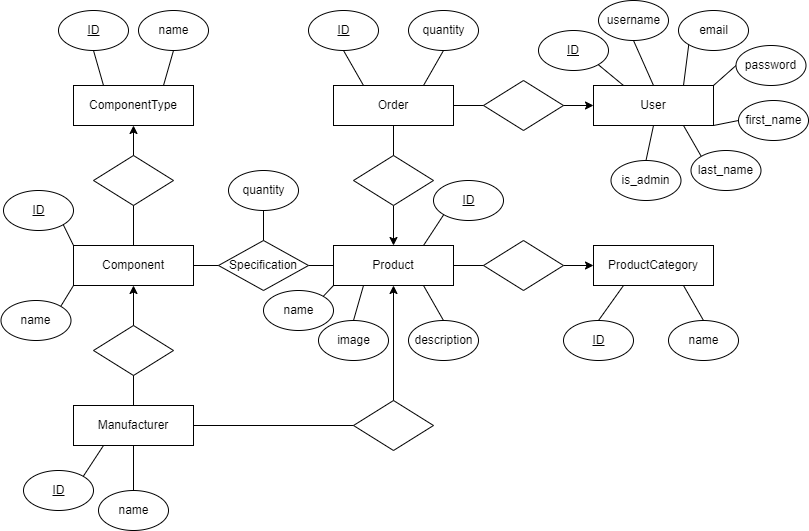
This is docs/game_store_ERD.png from Balsa-Dogandzic/Gaming_store_API, a draw.io export, as it was before one commit. Source tidied: cells renumbered, new cells last; positions are measured from the earlier drawing's top-left corner, leaving out a move shared by most shapes.
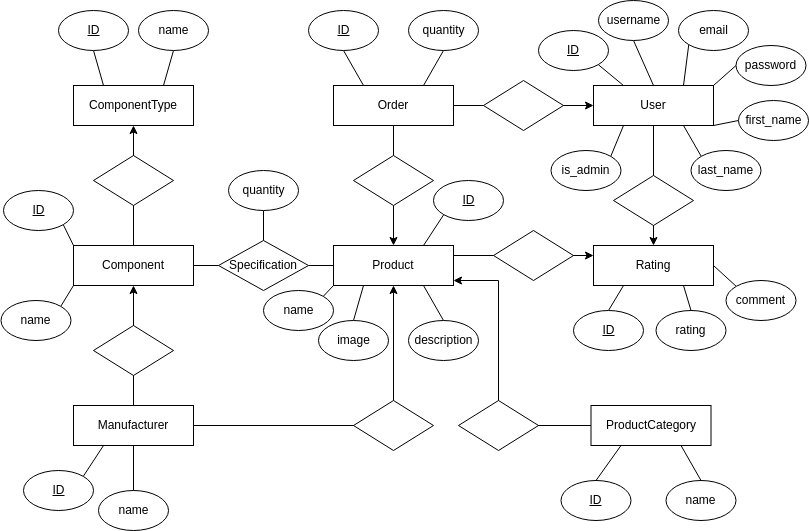
After the commit.

Change to the diagram source:
```diff
@@ -2,9 +2,9 @@
   <root>
     <mxCell id="0" />
     <mxCell id="1" parent="0" />
-    <mxCell id="2" style="edgeStyle=orthogonalEdgeStyle;rounded=0;jettySize=auto;html=1;exitX=1;exitY=0.5;exitDx=0;exitDy=0;entryX=0;entryY=0.5;entryDx=0;entryDy=0;startArrow=none;startFill=0;endArrow=classic;endFill=1;" parent="1" edge="1" source="29" target="12">
-      <mxGeometry relative="1" as="geometry" />
-    </mxCell>
+    <mxCell id="100" style="edgeStyle=orthogonalEdgeStyle;rounded=0;jettySize=auto;html=1;exitX=1;exitY=0.25;exitDx=0;exitDy=0;entryX=0;entryY=0.25;entryDx=0;entryDy=0;startArrow=none;startFill=0;" parent="1" edge="1" source="3" target="104">
+      <mxGeometry relative="1" as="geometry" />
+    </mxCell>
     <mxCell id="3" style="rounded=0;whiteSpace=wrap;html=1;" parent="1" vertex="1">
       <mxGeometry x="333" y="245" width="120" height="40" as="geometry" />
     </mxCell>
@@ -26,17 +26,20 @@
     <mxCell id="9" value="Component" style="text;html=1;strokeColor=none;fillColor=none;align=center;verticalAlign=middle;whiteSpace=wrap;rounded=0;" parent="1" vertex="1">
       <mxGeometry x="103" y="250" width="60" height="30" as="geometry" />
     </mxCell>
+    <mxCell id="101" style="edgeStyle=orthogonalEdgeStyle;rounded=0;jettySize=auto;html=1;exitX=0.5;exitY=1;exitDx=0;exitDy=0;entryX=0.5;entryY=0;entryDx=0;entryDy=0;startArrow=none;startFill=0;" parent="1" edge="1" source="10" target="104">
+      <mxGeometry relative="1" as="geometry" />
+    </mxCell>
     <mxCell id="10" style="rounded=0;whiteSpace=wrap;html=1;" parent="1" vertex="1">
       <mxGeometry x="593" y="85" width="120" height="40" as="geometry" />
     </mxCell>
     <mxCell id="11" value="User" style="text;html=1;strokeColor=none;fillColor=none;align=center;verticalAlign=middle;whiteSpace=wrap;rounded=0;" parent="1" vertex="1">
-      <mxGeometry x="623" y="90" width="60" height="30" as="geometry" />
+      <mxGeometry x="623" y="95" width="60" height="20" as="geometry" />
     </mxCell>
     <mxCell id="12" style="rounded=0;whiteSpace=wrap;html=1;" parent="1" vertex="1">
-      <mxGeometry x="593" y="245" width="120" height="40" as="geometry" />
+      <mxGeometry x="590.5" y="405" width="120" height="40" as="geometry" />
     </mxCell>
     <mxCell id="13" value="ProductCategory" style="text;html=1;strokeColor=none;fillColor=none;align=center;verticalAlign=middle;whiteSpace=wrap;rounded=0;" parent="1" vertex="1">
-      <mxGeometry x="623" y="250" width="60" height="30" as="geometry" />
+      <mxGeometry x="620.5" y="410" width="60" height="30" as="geometry" />
     </mxCell>
     <mxCell id="14" style="edgeStyle=orthogonalEdgeStyle;rounded=0;jettySize=auto;html=1;exitX=1;exitY=0.5;exitDx=0;exitDy=0;entryX=0;entryY=0.5;entryDx=0;entryDy=0;startArrow=none;startFill=0;endArrow=classic;endFill=1;" parent="1" edge="1" source="16" target="10">
       <mxGeometry relative="1" as="geometry" />
@@ -83,11 +86,14 @@
     <mxCell id="28" style="rhombus;whiteSpace=wrap;html=1;" parent="1" vertex="1">
       <mxGeometry x="93" y="155" width="80" height="50" as="geometry" />
     </mxCell>
-    <mxCell id="29" style="rhombus;whiteSpace=wrap;html=1;" parent="1" vertex="1">
-      <mxGeometry x="483" y="240" width="80" height="50" as="geometry" />
-    </mxCell>
-    <mxCell id="30" style="edgeStyle=orthogonalEdgeStyle;rounded=0;jettySize=auto;html=1;exitX=1;exitY=0.5;exitDx=0;exitDy=0;entryX=0;entryY=0.5;entryDx=0;entryDy=0;startArrow=none;startFill=0;endArrow=none;endFill=1;" parent="1" edge="1" source="3" target="29">
-      <mxGeometry relative="1" as="geometry" />
+    <mxCell id="30" style="edgeStyle=orthogonalEdgeStyle;rounded=0;jettySize=auto;html=1;entryX=0;entryY=0.5;entryDx=0;entryDy=0;startArrow=classic;startFill=1;endArrow=none;endFill=1;" parent="1" edge="1" target="12">
+      <mxGeometry relative="1" as="geometry">
+        <mxPoint x="453" y="280" as="sourcePoint" />
+        <Array as="points">
+          <mxPoint x="498" y="280" />
+          <mxPoint x="498" y="425" />
+        </Array>
+      </mxGeometry>
     </mxCell>
     <mxCell id="31" style="rhombus;whiteSpace=wrap;html=1;" parent="1" vertex="1">
       <mxGeometry x="353" y="155" width="80" height="50" as="geometry" />
@@ -221,19 +227,19 @@
       <mxGeometry relative="1" as="geometry" />
     </mxCell>
     <mxCell id="74" style="ellipse;whiteSpace=wrap;html=1;" parent="1" vertex="1">
-      <mxGeometry x="563" y="320" width="70" height="40" as="geometry" />
+      <mxGeometry x="560.5" y="480" width="70" height="40" as="geometry" />
     </mxCell>
     <mxCell id="75" value="&lt;u&gt;ID&lt;/u&gt;" style="text;html=1;strokeColor=none;fillColor=none;align=center;verticalAlign=middle;whiteSpace=wrap;rounded=0;" parent="1" vertex="1">
-      <mxGeometry x="575.5" y="330" width="45" height="20" as="geometry" />
+      <mxGeometry x="573" y="490" width="45" height="20" as="geometry" />
     </mxCell>
     <mxCell id="76" style="edgeStyle=none;rounded=0;jettySize=auto;html=1;exitX=0.5;exitY=0;exitDx=0;exitDy=0;entryX=0.75;entryY=1;entryDx=0;entryDy=0;startArrow=none;startFill=0;endArrow=none;endFill=0;" parent="1" edge="1" source="77" target="12">
       <mxGeometry relative="1" as="geometry" />
     </mxCell>
     <mxCell id="77" style="ellipse;whiteSpace=wrap;html=1;" parent="1" vertex="1">
-      <mxGeometry x="668" y="320" width="70" height="40" as="geometry" />
+      <mxGeometry x="665.5" y="480" width="70" height="40" as="geometry" />
     </mxCell>
     <mxCell id="78" value="name" style="text;html=1;strokeColor=none;fillColor=none;align=center;verticalAlign=middle;whiteSpace=wrap;rounded=0;" parent="1" vertex="1">
-      <mxGeometry x="680.5" y="330" width="45" height="20" as="geometry" />
+      <mxGeometry x="678" y="490" width="45" height="20" as="geometry" />
     </mxCell>
     <mxCell id="79" style="edgeStyle=none;rounded=0;jettySize=auto;html=1;exitX=1;exitY=1;exitDx=0;exitDy=0;entryX=0.25;entryY=0;entryDx=0;entryDy=0;startArrow=none;startFill=0;endArrow=none;endFill=0;" parent="1" edge="1" source="80" target="10">
       <mxGeometry relative="1" as="geometry" />
@@ -289,14 +295,56 @@
     <mxCell id="96" value="last_name" style="text;html=1;strokeColor=none;fillColor=none;align=center;verticalAlign=middle;whiteSpace=wrap;rounded=0;" parent="1" vertex="1">
       <mxGeometry x="703" y="160" width="45" height="20" as="geometry" />
     </mxCell>
-    <mxCell id="97" style="edgeStyle=none;rounded=0;jettySize=auto;html=1;exitX=0.5;exitY=0;exitDx=0;exitDy=0;entryX=0.5;entryY=1;entryDx=0;entryDy=0;startArrow=none;startFill=0;endArrow=none;endFill=0;" parent="1" edge="1" source="98" target="10">
+    <mxCell id="97" style="edgeStyle=none;rounded=0;jettySize=auto;html=1;exitX=1;exitY=0;exitDx=0;exitDy=0;entryX=0.25;entryY=1;entryDx=0;entryDy=0;startArrow=none;startFill=0;endArrow=none;endFill=0;" parent="1" edge="1" source="98" target="10">
       <mxGeometry relative="1" as="geometry" />
     </mxCell>
     <mxCell id="98" style="ellipse;whiteSpace=wrap;html=1;" parent="1" vertex="1">
-      <mxGeometry x="610.5" y="160" width="70" height="40" as="geometry" />
+      <mxGeometry x="550.5" y="150" width="70" height="40" as="geometry" />
     </mxCell>
     <mxCell id="99" value="is_admin" style="text;html=1;strokeColor=none;fillColor=none;align=center;verticalAlign=middle;whiteSpace=wrap;rounded=0;" parent="1" vertex="1">
-      <mxGeometry x="623" y="170" width="45" height="20" as="geometry" />
+      <mxGeometry x="563" y="160" width="45" height="20" as="geometry" />
     </mxCell>
+    <mxCell id="102" style="rhombus;whiteSpace=wrap;html=1;" parent="1" vertex="1">
+      <mxGeometry x="458" y="400" width="80" height="50" as="geometry" />
+    </mxCell>
+    <mxCell id="103" style="edgeStyle=none;rounded=0;jettySize=auto;html=1;exitX=1;exitY=0.5;exitDx=0;exitDy=0;entryX=0;entryY=0;entryDx=0;entryDy=0;startArrow=none;startFill=0;endArrow=none;endFill=0;" parent="1" edge="1" source="104" target="113">
+      <mxGeometry relative="1" as="geometry" />
+    </mxCell>
+    <mxCell id="104" style="rounded=0;whiteSpace=wrap;html=1;" parent="1" vertex="1">
+      <mxGeometry x="593" y="245" width="120" height="40" as="geometry" />
+    </mxCell>
+    <mxCell id="105" value="Rating" style="text;html=1;strokeColor=none;fillColor=none;align=center;verticalAlign=middle;whiteSpace=wrap;rounded=0;" parent="1" vertex="1">
+      <mxGeometry x="623" y="250" width="60" height="30" as="geometry" />
+    </mxCell>
+    <mxCell id="106" style="rhombus;whiteSpace=wrap;html=1;" parent="1" vertex="1">
+      <mxGeometry x="493" y="230" width="80" height="50" as="geometry" />
+    </mxCell>
+    <mxCell id="107" style="rounded=0;jettySize=auto;html=1;exitX=0.5;exitY=0;exitDx=0;exitDy=0;entryX=0.25;entryY=1;entryDx=0;entryDy=0;startArrow=none;startFill=0;endArrow=none;endFill=0;" parent="1" edge="1" source="108" target="104">
+      <mxGeometry relative="1" as="geometry" />
+    </mxCell>
+    <mxCell id="108" style="ellipse;whiteSpace=wrap;html=1;" parent="1" vertex="1">
+      <mxGeometry x="573" y="310" width="70" height="40" as="geometry" />
+    </mxCell>
+    <mxCell id="109" value="&lt;u&gt;ID&lt;/u&gt;" style="text;html=1;strokeColor=none;fillColor=none;align=center;verticalAlign=middle;whiteSpace=wrap;rounded=0;" parent="1" vertex="1">
+      <mxGeometry x="585.5" y="320" width="45" height="20" as="geometry" />
+    </mxCell>
+    <mxCell id="110" style="edgeStyle=none;rounded=0;jettySize=auto;html=1;exitX=0.5;exitY=0;exitDx=0;exitDy=0;entryX=0.75;entryY=1;entryDx=0;entryDy=0;startArrow=none;startFill=0;endArrow=none;endFill=0;" parent="1" edge="1" source="111" target="104">
+      <mxGeometry relative="1" as="geometry" />
+    </mxCell>
+    <mxCell id="111" style="ellipse;whiteSpace=wrap;html=1;" parent="1" vertex="1">
+      <mxGeometry x="655.5" y="310" width="70" height="40" as="geometry" />
+    </mxCell>
+    <mxCell id="112" value="rating" style="text;html=1;strokeColor=none;fillColor=none;align=center;verticalAlign=middle;whiteSpace=wrap;rounded=0;" parent="1" vertex="1">
+      <mxGeometry x="668" y="320" width="45" height="20" as="geometry" />
+    </mxCell>
+    <mxCell id="113" style="ellipse;whiteSpace=wrap;html=1;" parent="1" vertex="1">
+      <mxGeometry x="725.5" y="280" width="70" height="40" as="geometry" />
+    </mxCell>
+    <mxCell id="114" value="comment" style="text;html=1;strokeColor=none;fillColor=none;align=center;verticalAlign=middle;whiteSpace=wrap;rounded=0;" parent="1" vertex="1">
+      <mxGeometry x="738" y="290" width="45" height="20" as="geometry" />
+    </mxCell>
+    <mxCell id="115" style="rhombus;whiteSpace=wrap;html=1;" parent="1" vertex="1">
+      <mxGeometry x="613" y="175" width="80" height="50" as="geometry" />
+    </mxCell>
   </root>
 </mxGraphModel>
```
